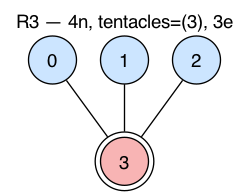
This is elecnet-drawings/R3.png from lamestllama/hrg-racket, a Graphviz export, as it was before one commit. Its source is kept beside it as elecnet-drawings/R3.dot. The source it was exported from:
```dot
graph rule {
  label="R3 — 4n, tentacles=(3), 3e";
  labelloc=t;
  fontname=Helvetica;
  node [fontname=Helvetica];
  n0 [label="0", style=filled, fillcolor="#cce5ff", shape=circle];
  n1 [label="1", style=filled, fillcolor="#cce5ff", shape=circle];
  n2 [label="2", style=filled, fillcolor="#cce5ff", shape=circle];
  n3 [label="3", style=filled, fillcolor="#f8b4b4", shape=doublecircle];
  n0 -- n3;
  n1 -- n3;
  n2 -- n3;
}
```
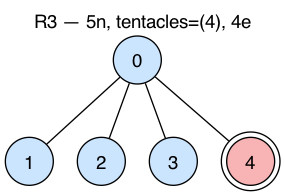
After the change.

Diff of the diagram source:
```diff
@@ -1,13 +1,15 @@
 graph rule {
-  label="R3 — 4n, tentacles=(3), 3e";
+  label="R3 — 5n, tentacles=(4), 4e";
   labelloc=t;
   fontname=Helvetica;
   node [fontname=Helvetica];
   n0 [label="0", style=filled, fillcolor="#cce5ff", shape=circle];
   n1 [label="1", style=filled, fillcolor="#cce5ff", shape=circle];
   n2 [label="2", style=filled, fillcolor="#cce5ff", shape=circle];
-  n3 [label="3", style=filled, fillcolor="#f8b4b4", shape=doublecircle];
+  n3 [label="3", style=filled, fillcolor="#cce5ff", shape=circle];
+  n4 [label="4", style=filled, fillcolor="#f8b4b4", shape=doublecircle];
+  n0 -- n1;
+  n0 -- n2;
   n0 -- n3;
-  n1 -- n3;
-  n2 -- n3;
+  n0 -- n4;
 }
```
